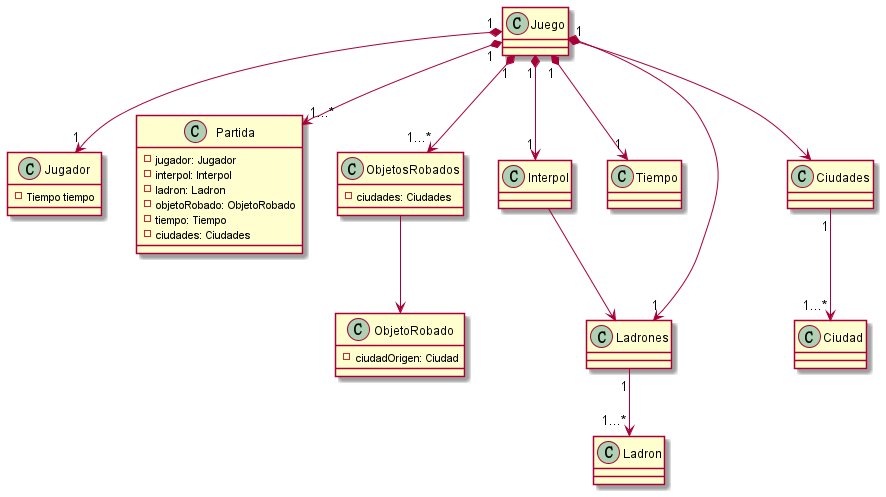
Before: diagrams/classes/EntregaFinalPNG/claseJuego.png, a diagram exported from PlantUML (alexguttlein/TP2-CarmenSandiego).
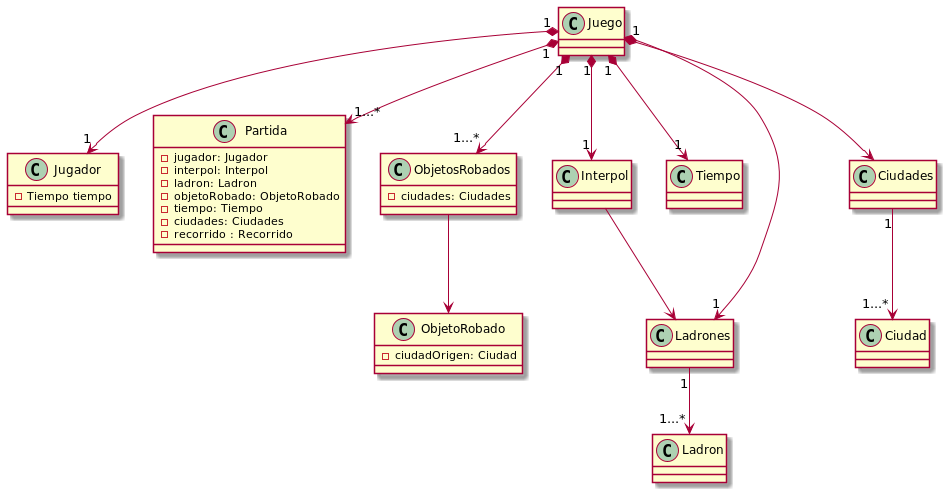
The same diagram one commit later.

Commit message:
Agrego un par de diagramas de secuencia

Diff of the diagram source:
```diff
@@ -13,6 +13,7 @@
     - objetoRobado: ObjetoRobado
     - tiempo: Tiempo
     - ciudades: Ciudades
+    - recorrido : Recorrido
 }
 
 class ObjetosRobados{
```
